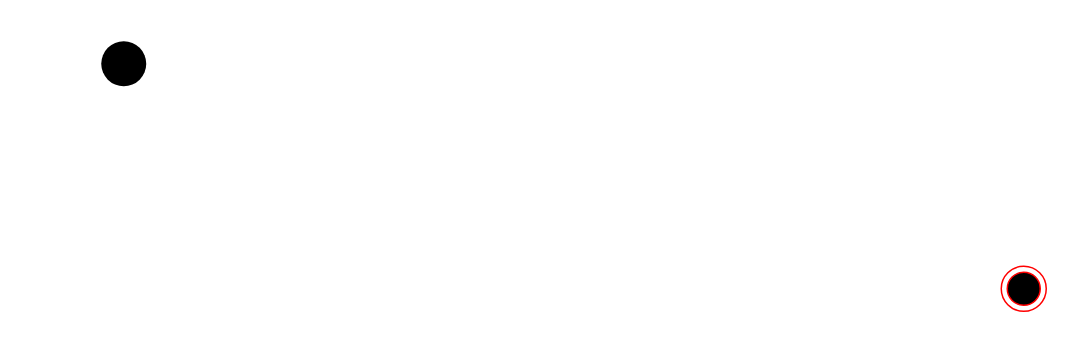
Above: state.drawio in surya758/AmazonClone (draw.io), before the change. Source tidied: cells renumbered, new cells numbered last; positions are measured from the earlier drawing's top-left corner, leaving out a move shared by most shapes. Both pictures are drawn from the tidied source at 150%, with x=0, y=0 at pixel (100, 40).
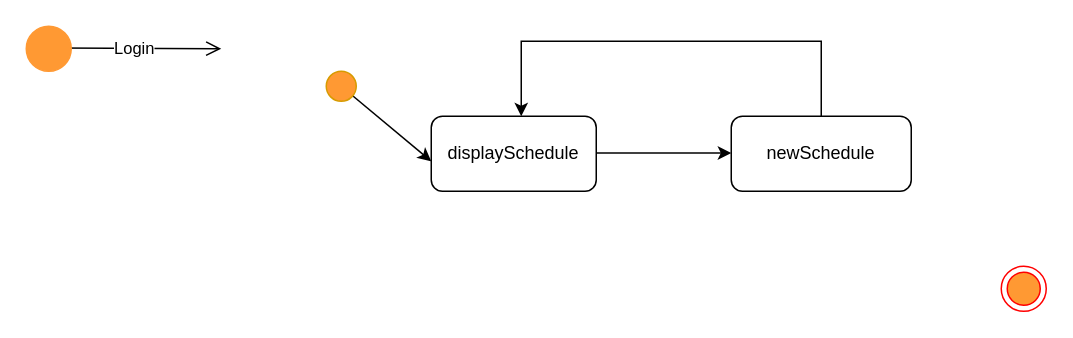
Above is the later version.

The edit, as a diff of the source:
```diff
@@
 <mxGraphModel>
   <root>
     <mxCell id="0" />
     <mxCell id="1" parent="0" />
-    <mxCell id="2" style="ellipse;html=1;shape=endState;fillColor=#000000;strokeColor=#ff0000;" parent="1" vertex="1">
+    <mxCell id="2" style="ellipse;html=1;shape=endState;fillColor=#FF9933;strokeColor=#ff0000;" parent="1" vertex="1">
       <mxGeometry x="600" y="150" width="30" height="30" as="geometry" />
     </mxCell>
+    <mxCell id="4" style="endArrow=open;startArrow=none;endFill=0;startFill=0;endSize=8;html=1;verticalAlign=bottom;labelBackgroundColor=none;strokeWidth=1;rounded=0;" parent="1" edge="1">
+      <mxGeometry relative="1" as="geometry">
+        <mxPoint x="-30" y="4.5" as="sourcePoint" />
+        <mxPoint x="80" y="5" as="targetPoint" />
+      </mxGeometry>
+    </mxCell>
+    <mxCell id="5" value="Login" style="edgeLabel;html=1;align=center;verticalAlign=middle;" parent="4" vertex="1">
+      <mxGeometry x="0.3" y="2" relative="1" as="geometry">
+        <mxPoint x="-21" y="2" as="offset" />
+      </mxGeometry>
+    </mxCell>
-    <mxCell id="3" style="ellipse;fillColor=#000000;strokeColor=none;" parent="1" vertex="1">
-      <mxGeometry width="30" height="30" as="geometry" />
+    <mxCell id="3" style="ellipse;fillColor=#FF9933;strokeColor=#FF9933;" parent="1" vertex="1">
+      <mxGeometry x="-50" y="-10" width="30" height="30" as="geometry" />
     </mxCell>
+    <mxCell id="6" style="endArrow=classic;html=1;rounded=0;" parent="1" edge="1">
+      <mxGeometry relative="1" as="geometry">
+        <mxPoint x="160" y="30" as="sourcePoint" />
+        <mxPoint x="220" y="80" as="targetPoint" />
+      </mxGeometry>
+    </mxCell>
+    <mxCell id="7" style="ellipse;fillColor=#FF9933;strokeColor=#d79b00;" parent="1" vertex="1">
+      <mxGeometry x="150" y="20" width="20" height="20" as="geometry" />
+    </mxCell>
+    <mxCell id="8" value="displaySchedule" style="rounded=1;whiteSpace=wrap;html=1;" parent="1" vertex="1">
+      <mxGeometry x="220" y="50" width="110" height="50" as="geometry" />
+    </mxCell>
+    <mxCell id="9" style="endArrow=classic;html=1;rounded=0;" parent="1" edge="1">
+      <mxGeometry relative="1" as="geometry">
+        <mxPoint x="330" y="74.5" as="sourcePoint" />
+        <mxPoint x="420" y="74.5" as="targetPoint" />
+      </mxGeometry>
+    </mxCell>
+    <mxCell id="10" style="edgeStyle=elbowEdgeStyle;elbow=vertical;endArrow=classic;html=1;rounded=0;" parent="1" edge="1">
+      <mxGeometry relative="1" as="geometry">
+        <mxPoint x="480" y="60" as="sourcePoint" />
+        <mxPoint x="280" y="50" as="targetPoint" />
+        <Array as="points">
+          <mxPoint x="380" />
+        </Array>
+      </mxGeometry>
+    </mxCell>
+    <mxCell id="11" value="&lt;span style=&quot;white-space: pre&quot;&gt;newSchedule&lt;/span&gt;" style="rounded=1;whiteSpace=wrap;html=1;" parent="1" vertex="1">
+      <mxGeometry x="420" y="50" width="120" height="50" as="geometry" />
+    </mxCell>
   </root>
 </mxGraphModel>
```
